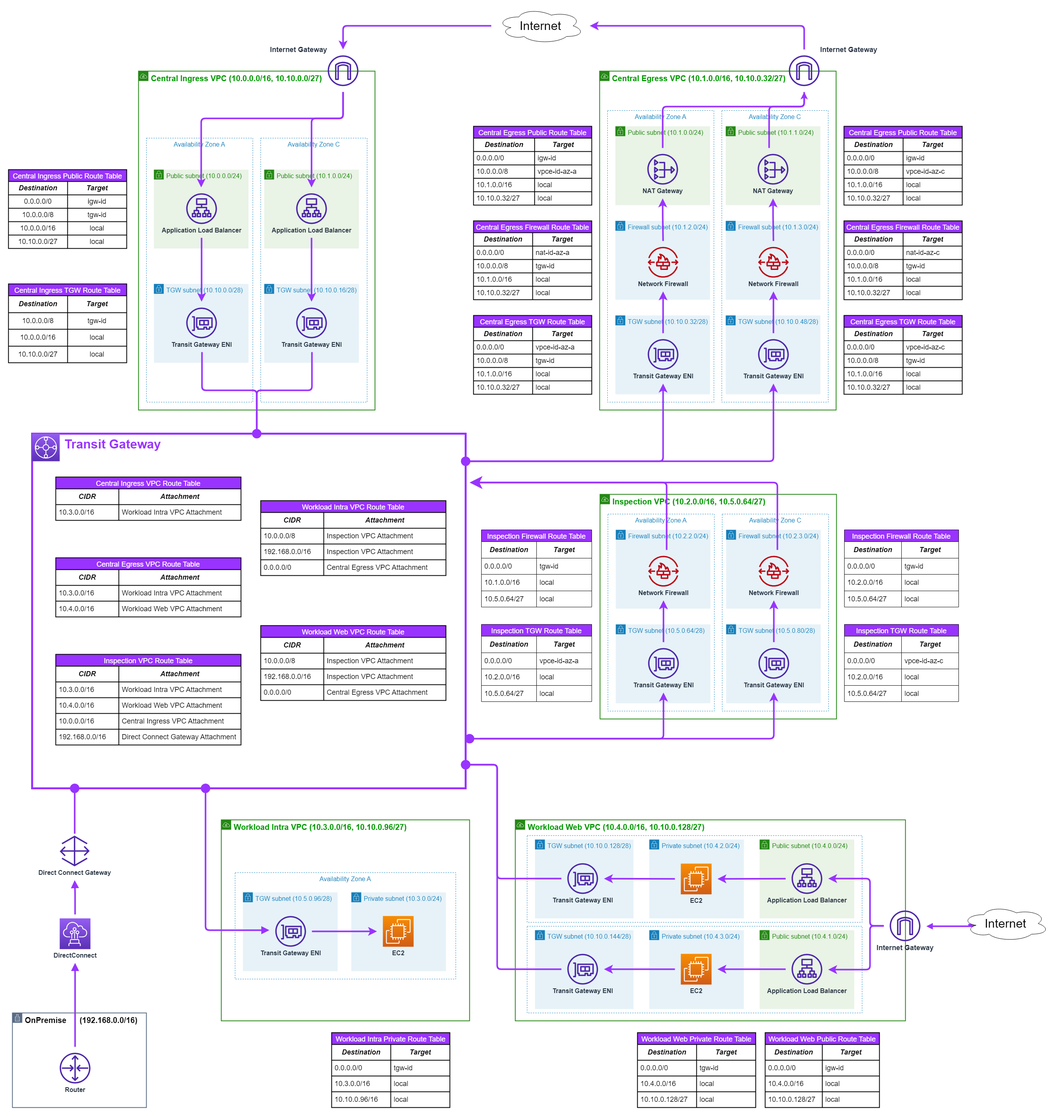
The draw.io diagram enterprise-network/docs/architecture.png in wwalpha/aws-examples, before a commit. Source tidied: cells renumbered, new cells last; positions are measured from the earlier drawing's top-left corner, leaving out a move shared by most shapes.
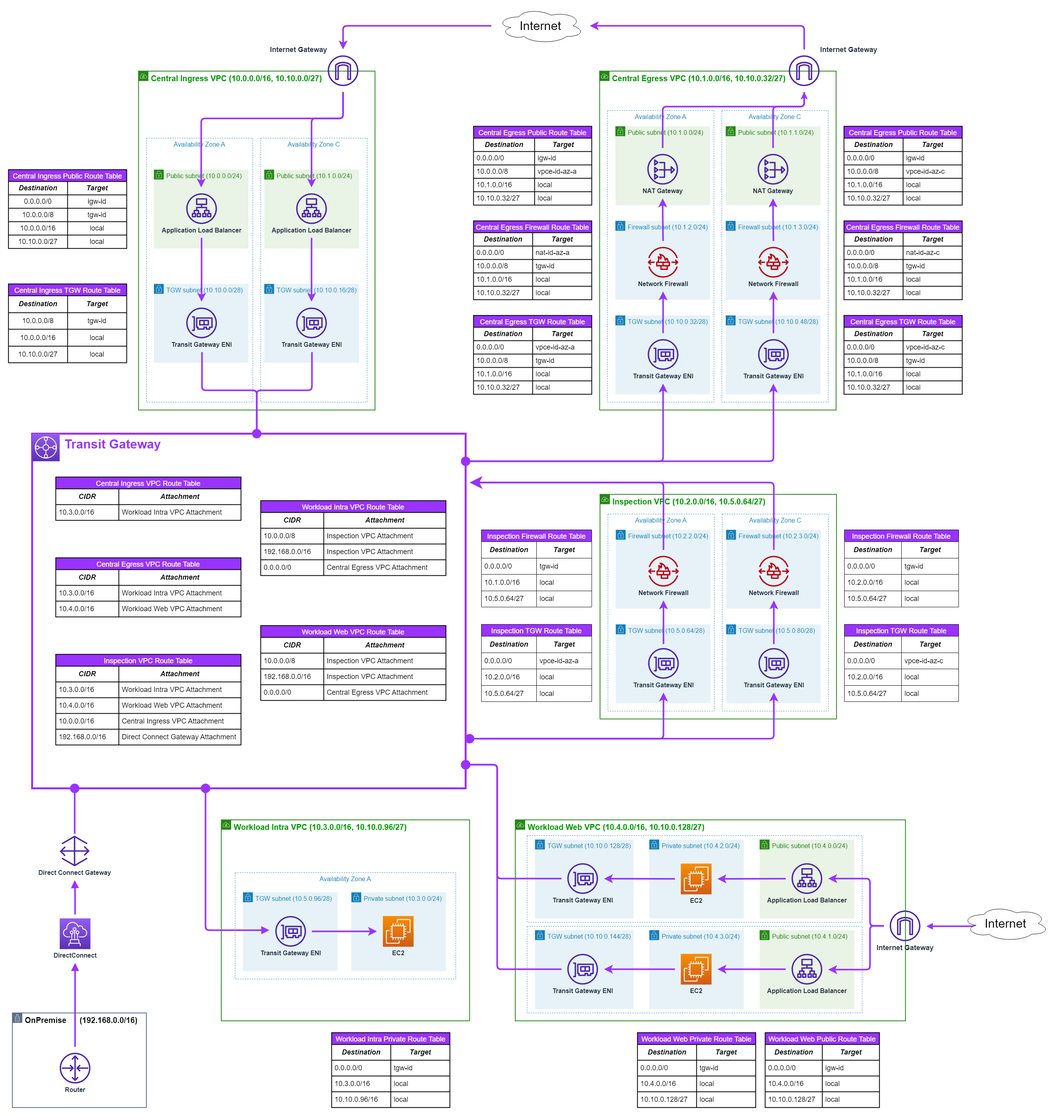
After the change.

The edit, as a diff of the source:
```diff
@@ -236,7 +236,7 @@
     <mxCell id="74" style="edgeStyle=orthogonalEdgeStyle;html=1;strokeColor=#9933FF;strokeWidth=4;fontSize=16;fontColor=#FFFFFF;startArrow=none;startFill=0;endArrow=classic;endFill=1;sourcePerimeterSpacing=15;targetPerimeterSpacing=15;" parent="1" edge="1" source="45" target="72">
       <mxGeometry relative="1" as="geometry">
         <Array as="points">
-          <mxPoint x="1930" y="250" />
+          <mxPoint x="1940" y="250" />
           <mxPoint x="2019" y="250" />
         </Array>
       </mxGeometry>
@@ -766,10 +766,10 @@
     <mxCell id="243" value="Transit Gateway ENI" style="sketch=0;outlineConnect=0;fontColor=#232F3E;gradientColor=none;fillColor=#4D27AA;strokeColor=none;dashed=0;verticalLabelPosition=bottom;verticalAlign=top;align=center;html=1;fontSize=16;fontStyle=1;shape=mxgraph.aws4.elastic_network_interface;" parent="242" vertex="1">
       <mxGeometry x="82" y="60" width="78" height="78" as="geometry" />
     </mxCell>
-    <mxCell id="244" style="edgeStyle=orthogonalEdgeStyle;html=1;strokeColor=#9933FF;strokeWidth=4;fontSize=16;fontColor=#FFFFFF;sourcePerimeterSpacing=35;targetPerimeterSpacing=15;startArrow=classic;startFill=1;endArrow=none;endFill=0;endSize=10;startSize=10;" parent="1" edge="1" source="237" target="241">
+    <mxCell id="244" style="edgeStyle=orthogonalEdgeStyle;html=1;strokeColor=#9933FF;strokeWidth=4;fontSize=16;fontColor=#FFFFFF;sourcePerimeterSpacing=35;targetPerimeterSpacing=10;startArrow=classic;startFill=1;endArrow=none;endFill=0;endSize=10;startSize=10;" parent="1" edge="1" source="237" target="241">
       <mxGeometry relative="1" as="geometry" />
     </mxCell>
-    <mxCell id="245" style="edgeStyle=orthogonalEdgeStyle;html=1;strokeColor=#9933FF;strokeWidth=4;fontSize=16;fontColor=#FFFFFF;sourcePerimeterSpacing=35;targetPerimeterSpacing=15;endArrow=none;endFill=0;startArrow=classic;startFill=1;endSize=10;startSize=10;" parent="1" edge="1" source="239" target="243">
+    <mxCell id="245" style="edgeStyle=orthogonalEdgeStyle;html=1;strokeColor=#9933FF;strokeWidth=4;fontSize=16;fontColor=#FFFFFF;sourcePerimeterSpacing=35;targetPerimeterSpacing=10;endArrow=none;endFill=0;startArrow=classic;startFill=1;endSize=10;startSize=10;" parent="1" edge="1" source="239" target="243">
       <mxGeometry relative="1" as="geometry" />
     </mxCell>
     <mxCell id="246" value="Inspection VPC (10.2.0.0/16, 10.5.0.64/27)" style="gradientColor=none;html=1;whiteSpace=wrap;fontSize=20;fontStyle=1;shape=mxgraph.aws4.group;grIcon=mxgraph.aws4.group_vpc;strokeColor=#248814;fillColor=none;verticalAlign=top;align=left;spacingLeft=30;fontColor=#009900;dashed=0;strokeWidth=2;" parent="1" vertex="1">
@@ -935,7 +935,7 @@
       <mxGeometry relative="1" as="geometry">
         <mxPoint x="1170" y="1204" as="targetPoint" />
         <Array as="points">
-          <mxPoint x="1670" y="1204" />
+          <mxPoint x="1662" y="1204" />
         </Array>
       </mxGeometry>
     </mxCell>
@@ -1070,7 +1070,7 @@
       <mxGeometry relative="1" as="geometry">
         <mxPoint x="1190" y="1200" as="targetPoint" />
         <Array as="points">
-          <mxPoint x="1951" y="1204" />
+          <mxPoint x="1942" y="1204" />
           <mxPoint x="1190" y="1204" />
         </Array>
       </mxGeometry>
@@ -1152,9 +1152,9 @@
         </Array>
       </mxGeometry>
     </mxCell>
-    <mxCell id="359" style="edgeStyle=orthogonalEdgeStyle;html=1;strokeColor=#9933FF;strokeWidth=4;fontSize=31;endArrow=block;endFill=1;endSize=6;sourcePerimeterSpacing=15;targetPerimeterSpacing=15;exitX=0.07;exitY=0.4;exitDx=0;exitDy=0;exitPerimeter=0;" parent="1" edge="1">
+    <mxCell id="359" style="edgeStyle=orthogonalEdgeStyle;html=1;strokeColor=#9933FF;strokeWidth=4;fontSize=31;endArrow=block;endFill=1;endSize=6;sourcePerimeterSpacing=15;targetPerimeterSpacing=15;" parent="1" edge="1">
       <mxGeometry relative="1" as="geometry">
-        <mxPoint x="2435.4" y="2326" as="sourcePoint" />
+        <mxPoint x="2455" y="2320" as="sourcePoint" />
         <mxPoint x="2329" y="2330" as="targetPoint" />
         <Array as="points">
           <mxPoint x="2455" y="2330" />
```
